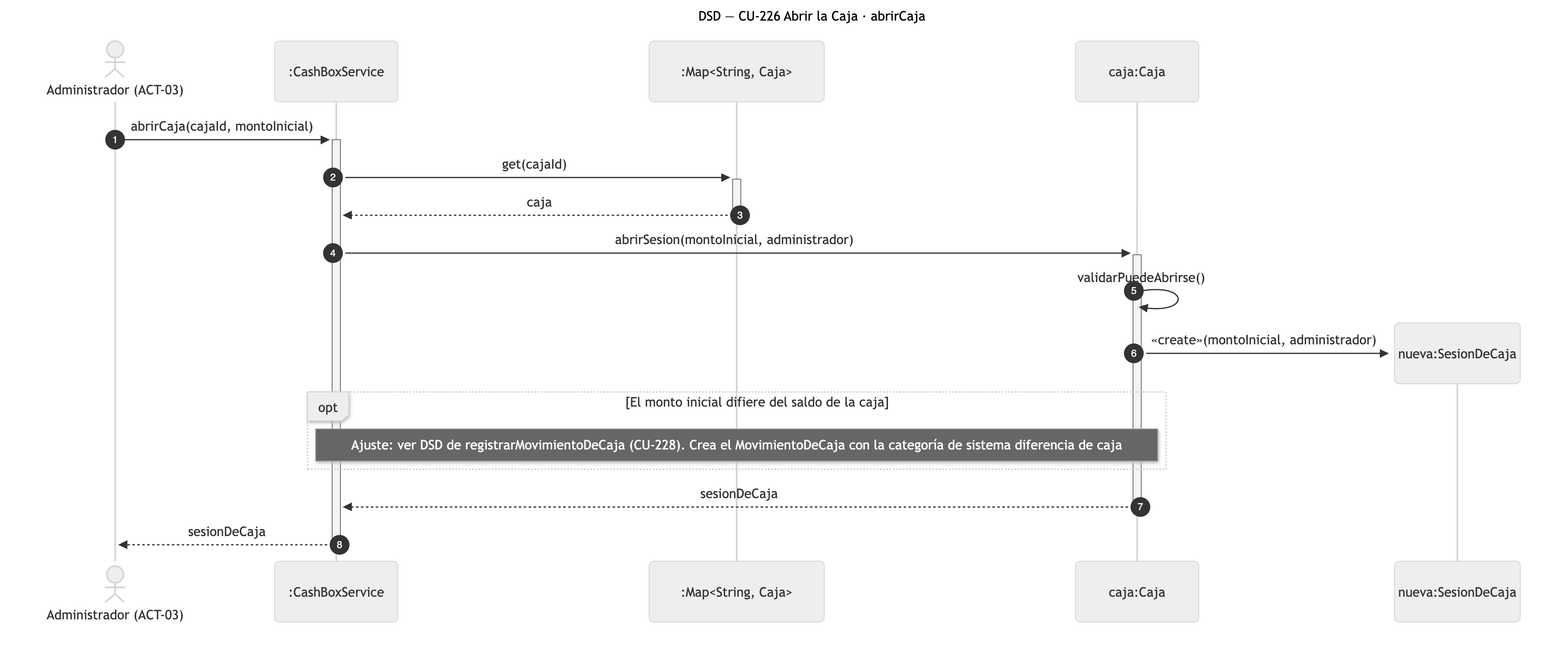
Above: diagramas/png/DSD_CU-226_abrirCaja.png in Nahuelito-Dev/splg-docs (Mermaid), before the change. Its source is kept beside it as diagramas/DSD_CU-226_abrirCaja.mmd.
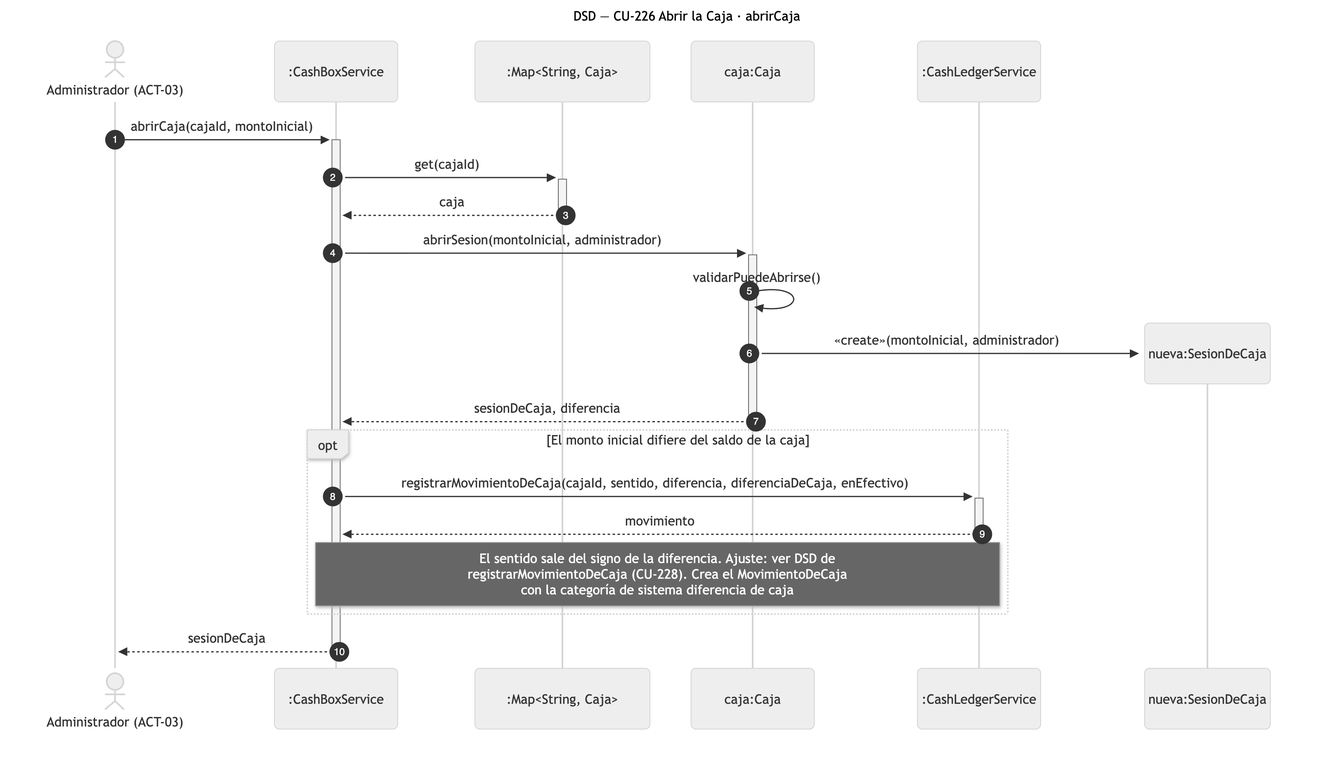
Later version of the same file.

What changed in the source:
```diff
@@ -5,6 +5,7 @@
     participant SRV as :CashBoxService
     participant CAJS as :Map#lt;String, Caja#gt;
     participant CAJ as caja:Caja
+    participant LDG as :CashLedgerService
 
     ADM->>+SRV: abrirCaja(cajaId, montoInicial)
     SRV->>+CAJS: get(cajaId)
@@ -13,8 +14,10 @@
     CAJ->>CAJ: validarPuedeAbrirse()
     create participant NSE as nueva:SesionDeCaja
     CAJ->>NSE: «create»(montoInicial, administrador)
+    CAJ-->>-SRV: sesionDeCaja, diferencia
     opt El monto inicial difiere del saldo de la caja
-        Note over SRV,CAJ: Ajuste: ver DSD de registrarMovimientoDeCaja (CU-228). Crea el MovimientoDeCaja con la categoría de sistema diferencia de caja
+        SRV->>+LDG: registrarMovimientoDeCaja(cajaId, sentido, diferencia, diferenciaDeCaja, enEfectivo)
+        LDG-->>-SRV: movimiento
+        Note over SRV,LDG: El sentido sale del signo de la diferencia. Ajuste: ver DSD de<br/>registrarMovimientoDeCaja (CU-228). Crea el MovimientoDeCaja<br/>con la categoría de sistema diferencia de caja
     end
-    CAJ-->>-SRV: sesionDeCaja
     SRV-->>-ADM: sesionDeCaja
```
